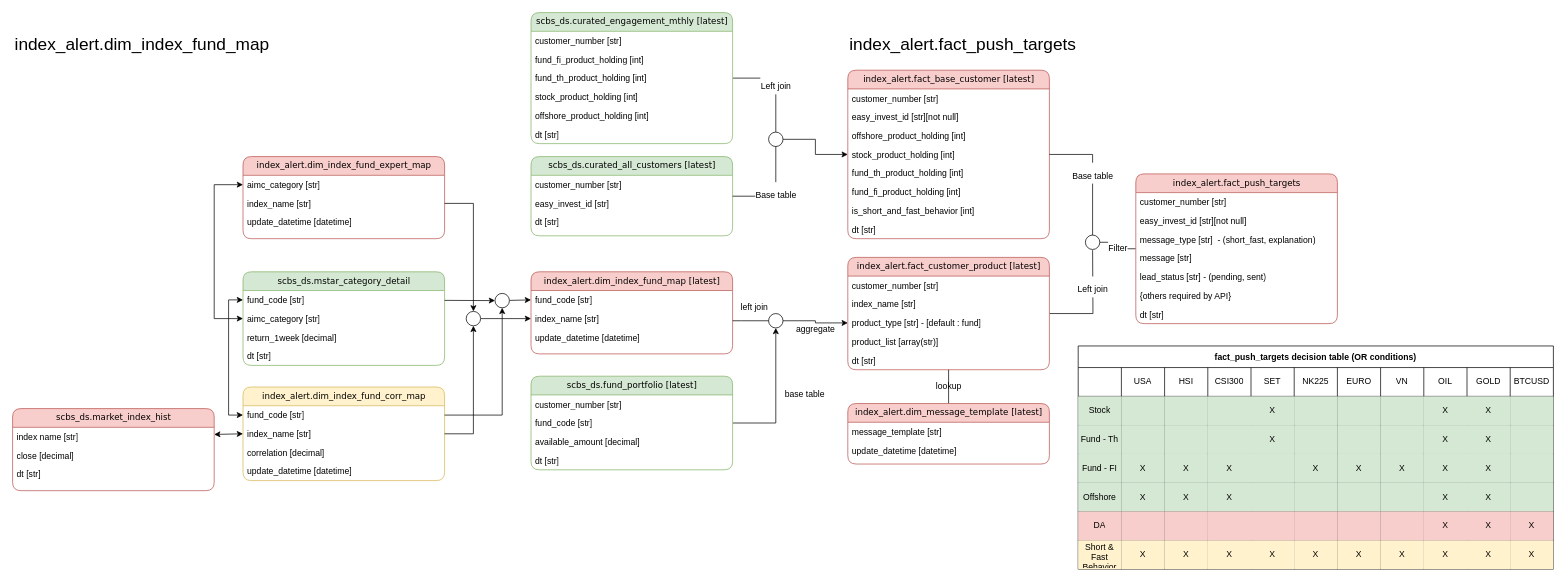
Above: pushtarget.drawio in Pathairush/index_alert (draw.io), before the change. Source tidied: cells renumbered, new cells numbered last; positions are measured from the earlier drawing's top-left corner, leaving out a move shared by most shapes. Both pictures are drawn from the tidied source at 72%, with x=0, y=0 at pixel (12, 12).
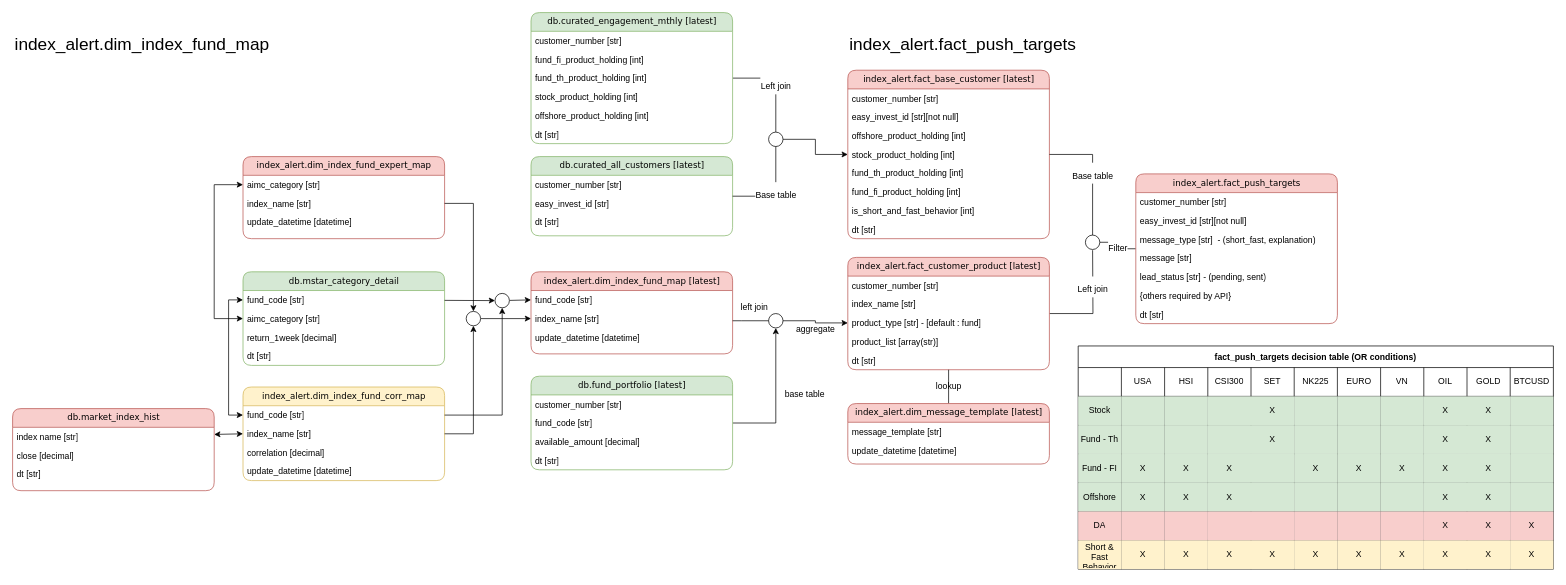
The same page after the edit.

Commit message:
fix: blind database name

What changed in the source:
```diff
@@
-    <mxCell id="10" value="scbs_ds.mstar_category_detail" style="swimlane;html=1;fontStyle=0;horizontal=1;startSize=26;fillColor=#d5e8d4;swimlaneFillColor=#ffffff;align=center;rounded=1;shadow=0;comic=0;labelBackgroundColor=none;strokeWidth=1;fontFamily=Verdana;fontSize=12;strokeColor=#82b366;" parent="1" vertex="1">
+    <mxCell id="10" value="db.mstar_category_detail" style="swimlane;html=1;fontStyle=0;horizontal=1;startSize=26;fillColor=#d5e8d4;swimlaneFillColor=#ffffff;align=center;rounded=1;shadow=0;comic=0;labelBackgroundColor=none;strokeWidth=1;fontFamily=Verdana;fontSize=12;strokeColor=#82b366;" parent="1" vertex="1">
       <mxGeometry x="320" y="360" width="280" height="130" as="geometry" />
     </mxCell>
@@
-    <mxCell id="15" value="scbs_ds.market_index_hist" style="swimlane;html=1;fontStyle=0;horizontal=1;startSize=26;fillColor=#f8cecc;swimlaneFillColor=#ffffff;align=center;rounded=1;shadow=0;comic=0;labelBackgroundColor=none;strokeWidth=1;fontFamily=Verdana;fontSize=12;strokeColor=#b85450;" parent="1" vertex="1">
+    <mxCell id="15" value="db.market_index_hist" style="swimlane;html=1;fontStyle=0;horizontal=1;startSize=26;fillColor=#f8cecc;swimlaneFillColor=#ffffff;align=center;rounded=1;shadow=0;comic=0;labelBackgroundColor=none;strokeWidth=1;fontFamily=Verdana;fontSize=12;strokeColor=#b85450;" parent="1" vertex="1">
       <mxGeometry y="550" width="280" height="114" as="geometry" />
     </mxCell>
@@
-    <mxCell id="45" value="scbs_ds.curated_engagement_mthly [latest]" style="swimlane;html=1;fontStyle=0;horizontal=1;startSize=26;fillColor=#d5e8d4;swimlaneFillColor=#ffffff;align=center;rounded=1;shadow=0;comic=0;labelBackgroundColor=none;strokeWidth=1;fontFamily=Verdana;fontSize=12;strokeColor=#82b366;" parent="1" vertex="1">
+    <mxCell id="45" value="db.curated_engagement_mthly [latest]" style="swimlane;html=1;fontStyle=0;horizontal=1;startSize=26;fillColor=#d5e8d4;swimlaneFillColor=#ffffff;align=center;rounded=1;shadow=0;comic=0;labelBackgroundColor=none;strokeWidth=1;fontFamily=Verdana;fontSize=12;strokeColor=#82b366;" parent="1" vertex="1">
       <mxGeometry x="720" width="280" height="182" as="geometry" />
     </mxCell>
@@
-    <mxCell id="53" value="scbs_ds.curated_all_customers [latest]" style="swimlane;html=1;fontStyle=0;horizontal=1;startSize=26;fillColor=#d5e8d4;swimlaneFillColor=#ffffff;align=center;rounded=1;shadow=0;comic=0;labelBackgroundColor=none;strokeWidth=1;fontFamily=Verdana;fontSize=12;strokeColor=#82b366;" parent="1" vertex="1">
+    <mxCell id="53" value="db.curated_all_customers [latest]" style="swimlane;html=1;fontStyle=0;horizontal=1;startSize=26;fillColor=#d5e8d4;swimlaneFillColor=#ffffff;align=center;rounded=1;shadow=0;comic=0;labelBackgroundColor=none;strokeWidth=1;fontFamily=Verdana;fontSize=12;strokeColor=#82b366;" parent="1" vertex="1">
       <mxGeometry x="720" y="200" width="280" height="110" as="geometry" />
     </mxCell>
@@
-    <mxCell id="80" value="scbs_ds.fund_portfolio [latest]" style="swimlane;html=1;fontStyle=0;horizontal=1;startSize=26;fillColor=#d5e8d4;swimlaneFillColor=#ffffff;align=center;rounded=1;shadow=0;comic=0;labelBackgroundColor=none;strokeWidth=1;fontFamily=Verdana;fontSize=12;strokeColor=#82b366;" parent="1" vertex="1">
+    <mxCell id="80" value="db.fund_portfolio [latest]" style="swimlane;html=1;fontStyle=0;horizontal=1;startSize=26;fillColor=#d5e8d4;swimlaneFillColor=#ffffff;align=center;rounded=1;shadow=0;comic=0;labelBackgroundColor=none;strokeWidth=1;fontFamily=Verdana;fontSize=12;strokeColor=#82b366;" parent="1" vertex="1">
       <mxGeometry x="720" y="505" width="280" height="130" as="geometry" />
     </mxCell>
```
